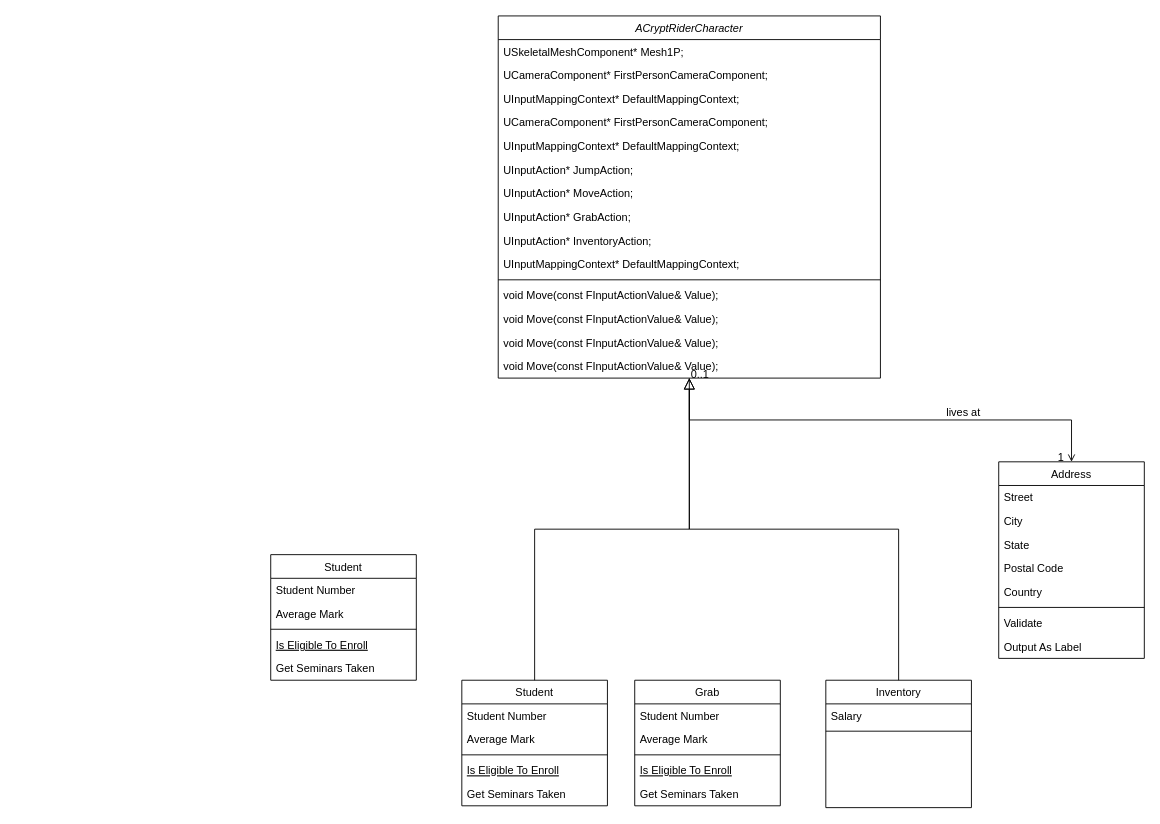
beeseo147/CryptRider keeps this draw.io diagram as CryptRider.drawio. Above is the earlier version. Source tidied: cells renumbered, new cells numbered last; positions are measured from the earlier drawing's top-left corner, leaving out a move shared by most shapes. Both pictures are drawn from the tidied source at 91%, with x=0, y=0 at pixel (270, 15).
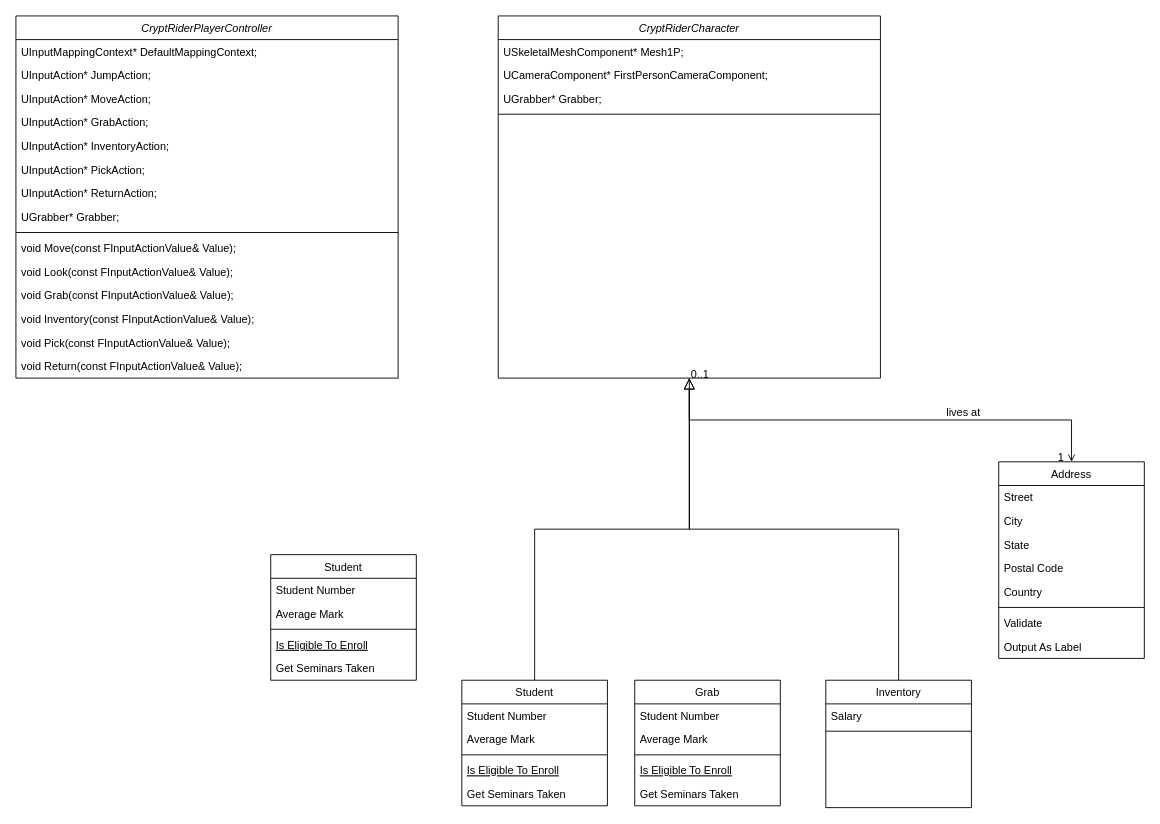
The same diagram, later.

What changed in the source:
```diff
@@
-    <mxCell id="2" value="ACryptRiderCharacter&#10;" style="swimlane;fontStyle=2;align=center;verticalAlign=top;horizontal=1;startSize=26;rounded=0;shadow=0;strokeWidth=1;" parent="1" vertex="1">
+    <mxCell id="2" value="CryptRiderCharacter&#10;" style="swimlane;fontStyle=2;align=center;verticalAlign=top;horizontal=1;startSize=26;rounded=0;shadow=0;strokeWidth=1;" parent="1" vertex="1">
       <mxGeometry x="250" width="420" height="398" as="geometry" />
     </mxCell>
@@
-    <mxCell id="5" value="UInputMappingContext* DefaultMappingContext;" style="text;align=left;verticalAlign=top;spacingLeft=4;spacingRight=4;overflow=hidden;rounded=0;shadow=0;html=0;" parent="2" vertex="1">
-      <mxGeometry y="78" width="420" height="26" as="geometry" />
-    </mxCell>
-    <mxCell id="6" value="UCameraComponent* FirstPersonCameraComponent;" style="text;align=left;verticalAlign=top;spacingLeft=4;spacingRight=4;overflow=hidden;rounded=0;shadow=0;html=0;" parent="2" vertex="1">
-      <mxGeometry y="104" width="420" height="26" as="geometry" />
-    </mxCell>
-    <mxCell id="7" value="&#9;UInputMappingContext* DefaultMappingContext;&#10;" style="text;align=left;verticalAlign=top;spacingLeft=4;spacingRight=4;overflow=hidden;rounded=0;shadow=0;html=0;" parent="2" vertex="1">
-      <mxGeometry y="130" width="420" height="26" as="geometry" />
-    </mxCell>
-    <mxCell id="8" value="UInputAction* JumpAction;" style="text;align=left;verticalAlign=top;spacingLeft=4;spacingRight=4;overflow=hidden;rounded=0;shadow=0;html=0;" parent="2" vertex="1">
-      <mxGeometry y="156" width="420" height="26" as="geometry" />
-    </mxCell>
-    <mxCell id="9" value="UInputAction* MoveAction;" style="text;align=left;verticalAlign=top;spacingLeft=4;spacingRight=4;overflow=hidden;rounded=0;shadow=0;html=0;" parent="2" vertex="1">
-      <mxGeometry y="182" width="420" height="26" as="geometry" />
-    </mxCell>
-    <mxCell id="10" value="UInputAction* GrabAction;" style="text;align=left;verticalAlign=top;spacingLeft=4;spacingRight=4;overflow=hidden;rounded=0;shadow=0;html=0;" parent="2" vertex="1">
-      <mxGeometry y="208" width="420" height="26" as="geometry" />
-    </mxCell>
-    <mxCell id="11" value="UInputAction* InventoryAction;" style="text;align=left;verticalAlign=top;spacingLeft=4;spacingRight=4;overflow=hidden;rounded=0;shadow=0;html=0;" parent="2" vertex="1">
-      <mxGeometry y="234" width="420" height="26" as="geometry" />
-    </mxCell>
-    <mxCell id="12" value="UInputMappingContext* DefaultMappingContext;" style="text;align=left;verticalAlign=top;spacingLeft=4;spacingRight=4;overflow=hidden;rounded=0;shadow=0;html=0;" parent="2" vertex="1">
-      <mxGeometry y="260" width="420" height="26" as="geometry" />
-    </mxCell>
+    <mxCell id="54" value="UGrabber* Grabber;" style="text;align=left;verticalAlign=top;spacingLeft=4;spacingRight=4;overflow=hidden;rounded=0;shadow=0;html=0;" parent="2" vertex="1">
+      <mxGeometry y="78" width="420" height="26" as="geometry" />
+    </mxCell>
     <mxCell id="13" style="line;html=1;strokeWidth=1;align=left;verticalAlign=middle;spacingTop=-1;spacingLeft=3;spacingRight=3;labelPosition=right;" parent="2" vertex="1">
-      <mxGeometry y="286" width="420" height="8" as="geometry" />
+      <mxGeometry y="104" width="420" height="8" as="geometry" />
     </mxCell>
-    <mxCell id="14" value="void Move(const FInputActionValue&amp; Value);" style="text;align=left;verticalAlign=top;spacingLeft=4;spacingRight=4;overflow=hidden;" parent="2" vertex="1">
-      <mxGeometry y="294" width="420" height="26" as="geometry" />
-    </mxCell>
-    <mxCell id="15" value="void Move(const FInputActionValue&amp; Value);" style="text;align=left;verticalAlign=top;spacingLeft=4;spacingRight=4;overflow=hidden;" parent="2" vertex="1">
-      <mxGeometry y="320" width="420" height="26" as="geometry" />
-    </mxCell>
-    <mxCell id="16" value="void Move(const FInputActionValue&amp; Value);" style="text;align=left;verticalAlign=top;spacingLeft=4;spacingRight=4;overflow=hidden;" parent="2" vertex="1">
-      <mxGeometry y="346" width="420" height="26" as="geometry" />
-    </mxCell>
-    <mxCell id="17" value="void Move(const FInputActionValue&amp; Value);" style="text;align=left;verticalAlign=top;spacingLeft=4;spacingRight=4;overflow=hidden;" parent="2" vertex="1">
-      <mxGeometry y="372" width="420" height="26" as="geometry" />
-    </mxCell>
@@
+    <mxCell id="55" value="CryptRiderPlayerController&#10;" style="swimlane;fontStyle=2;align=center;verticalAlign=top;horizontal=1;startSize=26;rounded=0;shadow=0;strokeWidth=1;" parent="1" vertex="1">
+      <mxGeometry x="-280" width="420" height="398" as="geometry" />
+    </mxCell>
+    <mxCell id="7" value="&#9;UInputMappingContext* DefaultMappingContext;&#10;" style="text;align=left;verticalAlign=top;spacingLeft=4;spacingRight=4;overflow=hidden;rounded=0;shadow=0;html=0;" parent="55" vertex="1">
+      <mxGeometry y="26" width="420" height="26" as="geometry" />
+    </mxCell>
+    <mxCell id="8" value="UInputAction* JumpAction;" style="text;align=left;verticalAlign=top;spacingLeft=4;spacingRight=4;overflow=hidden;rounded=0;shadow=0;html=0;" parent="55" vertex="1">
+      <mxGeometry y="52" width="420" height="26" as="geometry" />
+    </mxCell>
+    <mxCell id="9" value="UInputAction* MoveAction;" style="text;align=left;verticalAlign=top;spacingLeft=4;spacingRight=4;overflow=hidden;rounded=0;shadow=0;html=0;" parent="55" vertex="1">
+      <mxGeometry y="78" width="420" height="26" as="geometry" />
+    </mxCell>
+    <mxCell id="10" value="UInputAction* GrabAction;" style="text;align=left;verticalAlign=top;spacingLeft=4;spacingRight=4;overflow=hidden;rounded=0;shadow=0;html=0;" parent="55" vertex="1">
+      <mxGeometry y="104" width="420" height="26" as="geometry" />
+    </mxCell>
+    <mxCell id="11" value="UInputAction* InventoryAction;" style="text;align=left;verticalAlign=top;spacingLeft=4;spacingRight=4;overflow=hidden;rounded=0;shadow=0;html=0;" parent="55" vertex="1">
+      <mxGeometry y="130" width="420" height="26" as="geometry" />
+    </mxCell>
+    <mxCell id="56" value="UInputAction* PickAction;" style="text;align=left;verticalAlign=top;spacingLeft=4;spacingRight=4;overflow=hidden;rounded=0;shadow=0;html=0;" parent="55" vertex="1">
+      <mxGeometry y="156" width="420" height="26" as="geometry" />
+    </mxCell>
+    <mxCell id="57" value="UInputAction* ReturnAction;" style="text;align=left;verticalAlign=top;spacingLeft=4;spacingRight=4;overflow=hidden;rounded=0;shadow=0;html=0;" parent="55" vertex="1">
+      <mxGeometry y="182" width="420" height="26" as="geometry" />
+    </mxCell>
+    <mxCell id="58" value="UGrabber* Grabber;" style="text;align=left;verticalAlign=top;spacingLeft=4;spacingRight=4;overflow=hidden;rounded=0;shadow=0;html=0;" parent="55" vertex="1">
+      <mxGeometry y="208" width="420" height="26" as="geometry" />
+    </mxCell>
+    <mxCell id="59" style="line;html=1;strokeWidth=1;align=left;verticalAlign=middle;spacingTop=-1;spacingLeft=3;spacingRight=3;labelPosition=right;" parent="55" vertex="1">
+      <mxGeometry y="234" width="420" height="8" as="geometry" />
+    </mxCell>
+    <mxCell id="60" value="void Move(const FInputActionValue&amp; Value);" style="text;align=left;verticalAlign=top;spacingLeft=4;spacingRight=4;overflow=hidden;" parent="55" vertex="1">
+      <mxGeometry y="242" width="420" height="26" as="geometry" />
+    </mxCell>
+    <mxCell id="61" value="void Look(const FInputActionValue&amp; Value);" style="text;align=left;verticalAlign=top;spacingLeft=4;spacingRight=4;overflow=hidden;" parent="55" vertex="1">
+      <mxGeometry y="268" width="420" height="26" as="geometry" />
+    </mxCell>
+    <mxCell id="62" value="void Grab(const FInputActionValue&amp; Value);" style="text;align=left;verticalAlign=top;spacingLeft=4;spacingRight=4;overflow=hidden;" parent="55" vertex="1">
+      <mxGeometry y="294" width="420" height="26" as="geometry" />
+    </mxCell>
+    <mxCell id="63" value="void Inventory(const FInputActionValue&amp; Value);" style="text;align=left;verticalAlign=top;spacingLeft=4;spacingRight=4;overflow=hidden;" parent="55" vertex="1">
+      <mxGeometry y="320" width="420" height="26" as="geometry" />
+    </mxCell>
+    <mxCell id="64" value="void Pick(const FInputActionValue&amp; Value);" style="text;align=left;verticalAlign=top;spacingLeft=4;spacingRight=4;overflow=hidden;" parent="55" vertex="1">
+      <mxGeometry y="346" width="420" height="26" as="geometry" />
+    </mxCell>
+    <mxCell id="65" value="void Return(const FInputActionValue&amp; Value);" style="text;align=left;verticalAlign=top;spacingLeft=4;spacingRight=4;overflow=hidden;" parent="55" vertex="1">
+      <mxGeometry y="372" width="420" height="26" as="geometry" />
+    </mxCell>
```
